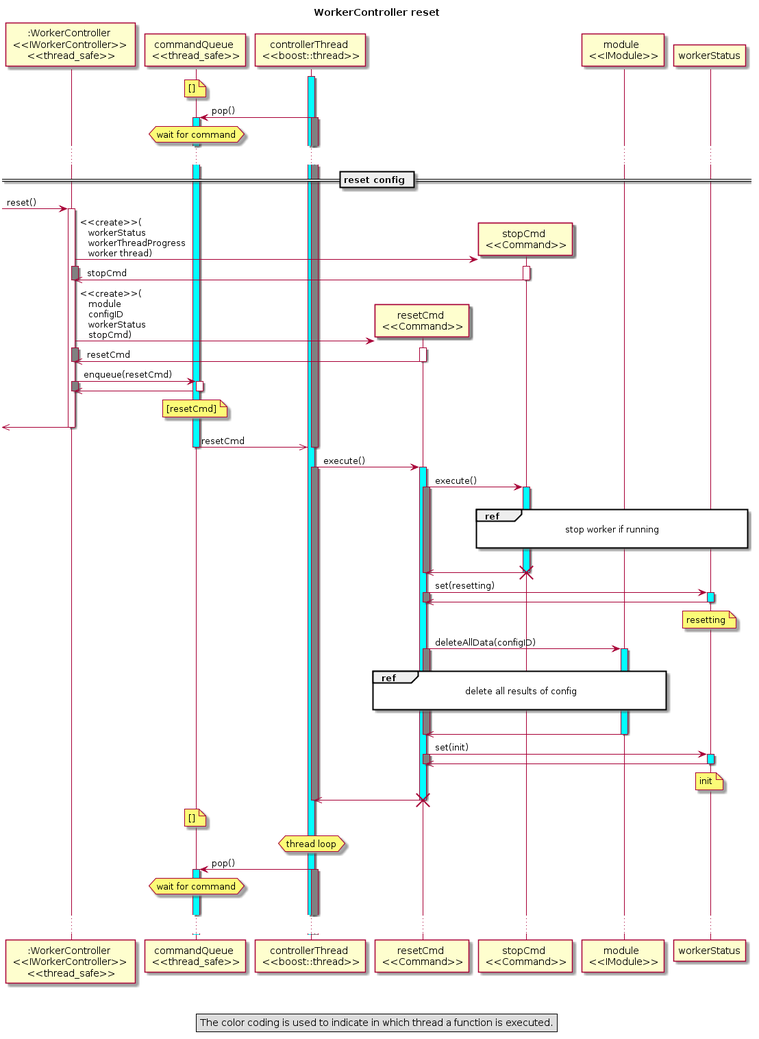
ConnectedVision/connectedvision keeps this PlantUML diagram as docs/Software_Design/Worker/WorkerController reset.png. Above is the earlier version. Source of this version:
```plantuml
@startuml
title WorkerController reset

participant ":WorkerController \n <<IWorkerController>> \n <<thread_safe>>" as WorkerController

participant "commandQueue \n <<thread_safe>>" as commandQueue
participant "controllerThread \n <<boost::thread>>" as controllerThread
activate controllerThread #cyan

participant "resetCmd \n <<Command>>" as resetCmd
participant "stopCmd \n <<Command>>" as stopCmd

participant "module \n <<IModule>>" as module

legend
The color coding is used to indicate in which thread a function is executed.
endlegend

note over commandQueue: []
controllerThread -> commandQueue: pop()
activate commandQueue #cyan
activate controllerThread #gray
hnote over commandQueue: wait for command

...

== reset config ==


 -> WorkerController : reset()
activate WorkerController

create stopCmd
WorkerController -> stopCmd: <<create>>(\n   workerStatus \n   workerThreadProgress \n   worker thread)
activate stopCmd
activate WorkerController #gray
WorkerController <<- stopCmd: stopCmd
deactivate stopCmd
deactivate WorkerController #gray

create resetCmd
WorkerController -> resetCmd: <<create>>(\n   module \n   configID \n   workerStatus \n   stopCmd)
activate resetCmd
activate WorkerController #gray
WorkerController <<- resetCmd: resetCmd
deactivate resetCmd
deactivate WorkerController #gray
WorkerController -> commandQueue: enqueue(resetCmd)
activate commandQueue
activate WorkerController #gray
WorkerController <<- commandQueue
deactivate commandQueue
deactivate WorkerController #gray
note over commandQueue: [resetCmd]
 <<- WorkerController
deactivate WorkerController

controllerThread <<- commandQueue: resetCmd
deactivate commandQueue
deactivate controllerThread #gray
controllerThread -> resetCmd: execute()
activate resetCmd #cyan
activate controllerThread #gray

resetCmd -> stopCmd: execute()
activate stopCmd #cyan
activate resetCmd #gray
|||
ref over stopCmd, workerStatus: stop worker if running \n
|||
resetCmd <<- stopCmd
deactivate stopCmd
deactivate resetCmd #gray
destroy stopCmd

resetCmd -> workerStatus: set(resetting)
activate workerStatus #cyan
activate resetCmd #gray
resetCmd <<- workerStatus
deactivate workerStatus
deactivate resetCmd #gray
note over workerStatus: resetting

resetCmd -> module: deleteAllData(configID)
activate module #cyan
activate resetCmd #gray
|||
ref over resetCmd, module: delete all results of config\n
|||
resetCmd <<- module
deactivate module
deactivate resetCmd #gray

resetCmd -> workerStatus: set(init)
activate workerStatus #cyan
activate resetCmd #gray
resetCmd <<- workerStatus
deactivate workerStatus
deactivate resetCmd #gray
note over workerStatus: init

controllerThread <<- resetCmd
deactivate resetCmd
deactivate controllerThread #gray
destroy resetCmd

note over commandQueue: []
hnote over controllerThread: thread loop
controllerThread -> commandQueue: pop()
activate commandQueue #cyan
activate controllerThread #gray
hnote over commandQueue: wait for command
|||
...
@enduml
```
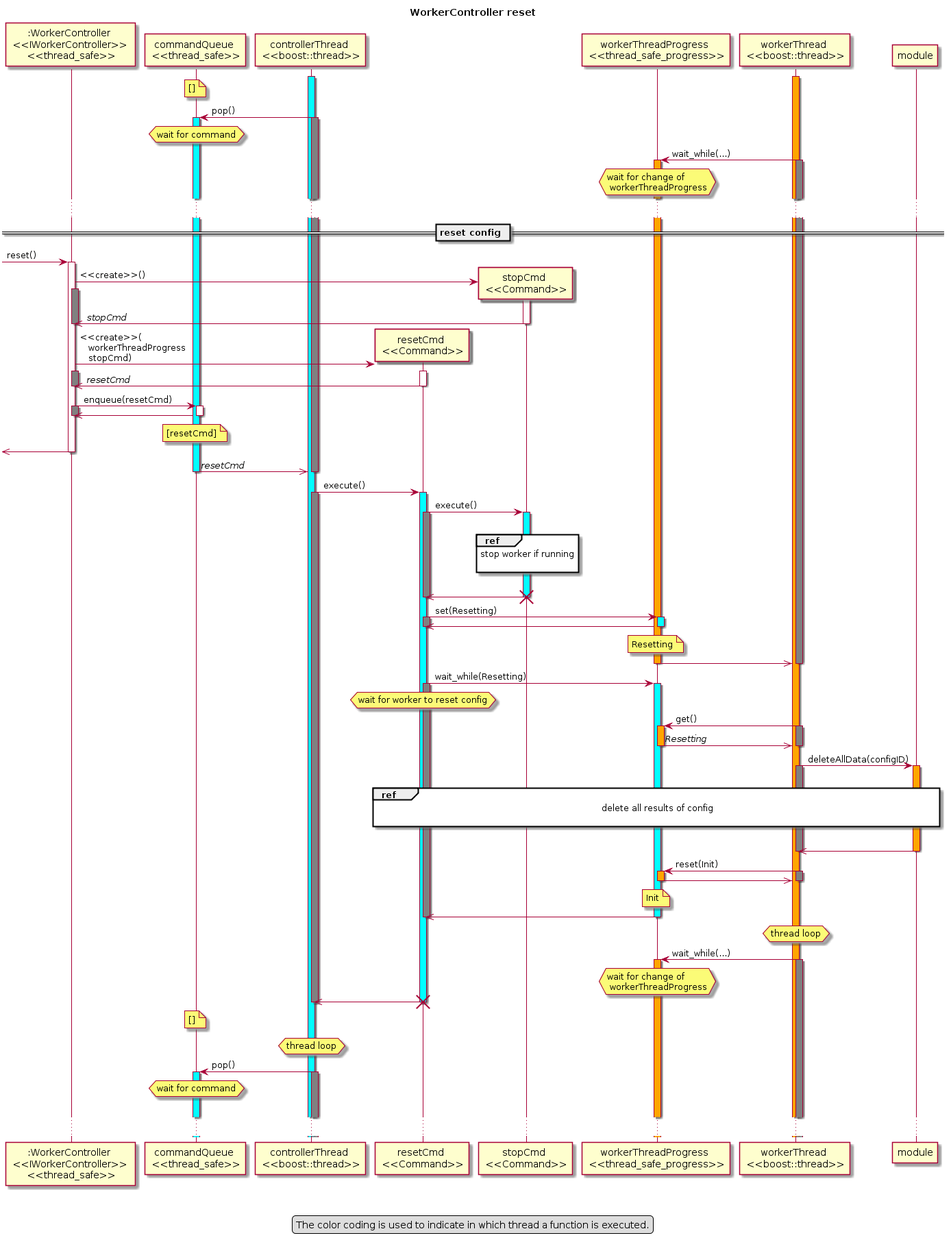
The same file after the commit.

Change to the diagram source:
```diff
@@ -10,7 +10,10 @@
 participant "resetCmd \n <<Command>>" as resetCmd
 participant "stopCmd \n <<Command>>" as stopCmd
 
-participant "module \n <<IModule>>" as module
+participant "workerThreadProgress \n <<thread_safe_progress>>" as workerThreadProgress
+
+participant "workerThread \n <<boost::thread>>" as workerThread
+activate workerThread #orange
 
 legend
 The color coding is used to indicate in which thread a function is executed.
@@ -22,6 +25,11 @@
 activate controllerThread #gray
 hnote over commandQueue: wait for command
 
+workerThread -> workerThreadProgress: wait_while(...)
+activate workerThreadProgress #orange
+activate workerThread #gray
+hnote over workerThreadProgress: wait for change of \n workerThreadProgress
+
 ...
 
 == reset config ==
@@ -31,18 +39,18 @@
 activate WorkerController
 
 create stopCmd
-WorkerController -> stopCmd: <<create>>(\n   workerStatus \n   workerThreadProgress \n   worker thread)
+WorkerController -> stopCmd: <<create>>()
 activate stopCmd
 activate WorkerController #gray
-WorkerController <<- stopCmd: stopCmd
+WorkerController <<- stopCmd: //stopCmd//
 deactivate stopCmd
 deactivate WorkerController #gray
 
 create resetCmd
-WorkerController -> resetCmd: <<create>>(\n   module \n   configID \n   workerStatus \n   stopCmd)
+WorkerController -> resetCmd: <<create>>(\n   workerThreadProgress \n   stopCmd)
 activate resetCmd
 activate WorkerController #gray
-WorkerController <<- resetCmd: resetCmd
+WorkerController <<- resetCmd: //resetCmd//
 deactivate resetCmd
 deactivate WorkerController #gray
 WorkerController -> commandQueue: enqueue(resetCmd)
@@ -55,7 +63,7 @@
  <<- WorkerController
 deactivate WorkerController
 
-controllerThread <<- commandQueue: resetCmd
+controllerThread <<- commandQueue: //resetCmd//
 deactivate commandQueue
 deactivate controllerThread #gray
 controllerThread -> resetCmd: execute()
@@ -66,38 +74,65 @@
 activate stopCmd #cyan
 activate resetCmd #gray
 |||
-ref over stopCmd, workerStatus: stop worker if running \n
+ref over stopCmd: stop worker if running \n
 |||
 resetCmd <<- stopCmd
 deactivate stopCmd
 deactivate resetCmd #gray
 destroy stopCmd
 
-resetCmd -> workerStatus: set(resetting)
-activate workerStatus #cyan
+resetCmd -> workerThreadProgress: set(Resetting)
+activate workerThreadProgress #cyan
 activate resetCmd #gray
-resetCmd <<- workerStatus
-deactivate workerStatus
+resetCmd <<- workerThreadProgress
+deactivate workerThreadProgress
 deactivate resetCmd #gray
-note over workerStatus: resetting
+note over workerThreadProgress: Resetting
 
-resetCmd -> module: deleteAllData(configID)
-activate module #cyan
+workerThread <<- workerThreadProgress
+deactivate workerThreadProgress
+deactivate workerThread #gray
+
+resetCmd -> workerThreadProgress: wait_while(Resetting)
+activate workerThreadProgress #cyan
 activate resetCmd #gray
+hnote over resetCmd: wait for worker to reset config
+
+workerThread -> workerThreadProgress: get()
+activate workerThreadProgress #orange
+activate workerThread #gray
+workerThread <<- workerThreadProgress: //Resetting//
+deactivate workerThreadProgress
+deactivate workerThread #gray
+
+workerThread -> module: deleteAllData(configID)
+activate module #orange
+activate workerThread #gray
 |||
 ref over resetCmd, module: delete all results of config\n
 |||
-resetCmd <<- module
+
+workerThread <<- module
 deactivate module
+deactivate workerThread #gray
+
+workerThread -> workerThreadProgress: reset(Init)
+activate workerThreadProgress #orange
+activate workerThread #gray
+workerThread <<- workerThreadProgress
+deactivate workerThreadProgress
+deactivate workerThread #gray
+note over workerThreadProgress: Init
+
+resetCmd <<- workerThreadProgress
+deactivate workerThreadProgress
 deactivate resetCmd #gray
 
-resetCmd -> workerStatus: set(init)
-activate workerStatus #cyan
-activate resetCmd #gray
-resetCmd <<- workerStatus
-deactivate workerStatus
-deactivate resetCmd #gray
-note over workerStatus: init
+hnote over workerThread: thread loop
+workerThread -> workerThreadProgress: wait_while(...)
+activate workerThreadProgress #orange
+activate workerThread #gray
+hnote over workerThreadProgress: wait for change of \n workerThreadProgress
 
 controllerThread <<- resetCmd
 deactivate resetCmd
@@ -110,6 +145,7 @@
 activate commandQueue #cyan
 activate controllerThread #gray
 hnote over commandQueue: wait for command
+
 |||
 ...
 @enduml
```
